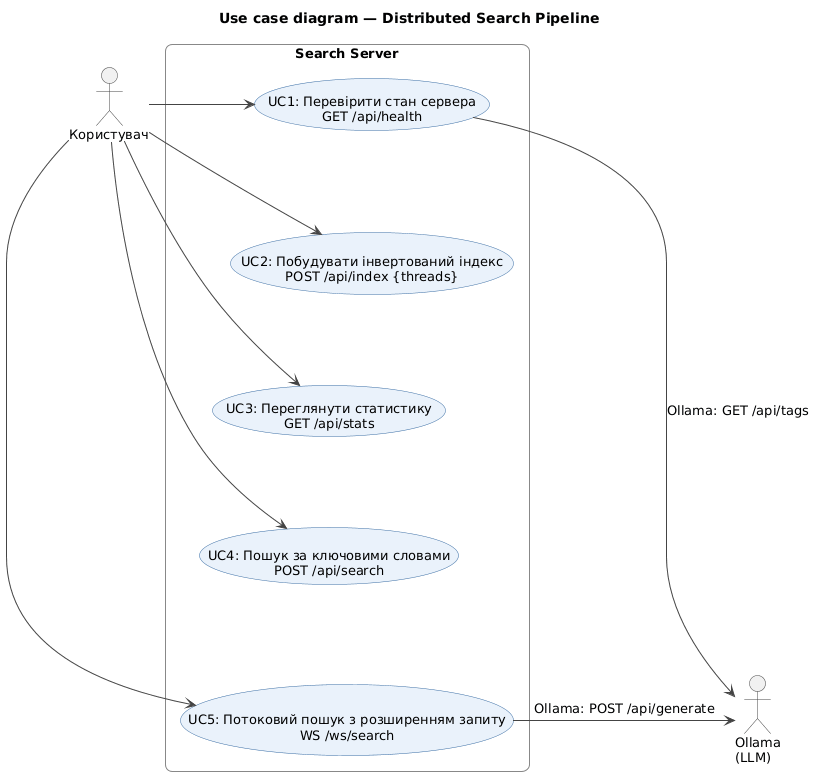
Earlier version of the PlantUML export docs/uml/01_use_case.png (KovalSS/distributed-search-pipeline).
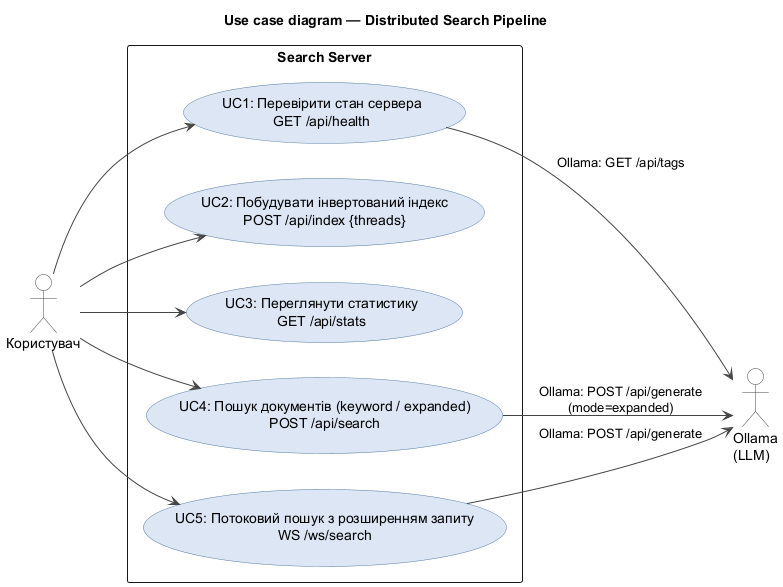
After the commit.

What changed in the source:
```diff
@@ -1,46 +1,37 @@
 @startuml
 title Use case diagram — Distributed Search Pipeline
+left to right direction
+skinparam packageStyle rectangle
 
-top to bottom direction
-skinparam shadowing false
-skinparam roundCorner 15
-skinparam defaultFontName Arial
-skinparam defaultFontSize 13
-skinparam ArrowColor #444444
-skinparam ActorBorderColor #444444
 skinparam usecase {
-  BackgroundColor #EAF2FB
-  BorderColor #3B6EA5
+  BackgroundColor #DDE6F5
+  BorderColor #5B7FA5
+  ArrowColor #444444
 }
-skinparam rectangle {
+skinparam actor {
   BackgroundColor #FFFFFF
-  BorderColor #888888
+  BorderColor #444444
 }
-skinparam nodesep 40
-skinparam ranksep 90
 
-actor "Користувач" as User
-actor "Ollama\n(LLM)" as Ollama
+actor "Користувач" as user
+actor "Ollama\n(LLM)" as ollama
 
 rectangle "Search Server" {
   usecase "UC1: Перевірити стан сервера\nGET /api/health" as UC1
   usecase "UC2: Побудувати інвертований індекс\nPOST /api/index {threads}" as UC2
   usecase "UC3: Переглянути статистику\nGET /api/stats" as UC3
-  usecase "UC4: Пошук за ключовими словами\nPOST /api/search" as UC4
+  usecase "UC4: Пошук документів (keyword / expanded)\nPOST /api/search" as UC4
   usecase "UC5: Потоковий пошук з розширенням запиту\nWS /ws/search" as UC5
 }
 
-UC1 -[hidden]down- UC2
-UC2 -[hidden]down- UC3
-UC3 -[hidden]down- UC4
-UC4 -[hidden]down- UC5
+user --> UC1
+user --> UC2
+user --> UC3
+user --> UC4
+user --> UC5
 
-User -right-> UC1
-User -right-> UC2
-User -right-> UC3
-User -right-> UC4
-User -right-> UC5
+UC1 --> ollama : Ollama: GET /api/tags
+UC4 --> ollama : Ollama: POST /api/generate\n(mode=expanded)
+UC5 --> ollama : Ollama: POST /api/generate
 
-UC1 -right-> Ollama : Ollama: GET /api/tags
-UC5 -right-> Ollama : Ollama: POST /api/generate
 @enduml
```
